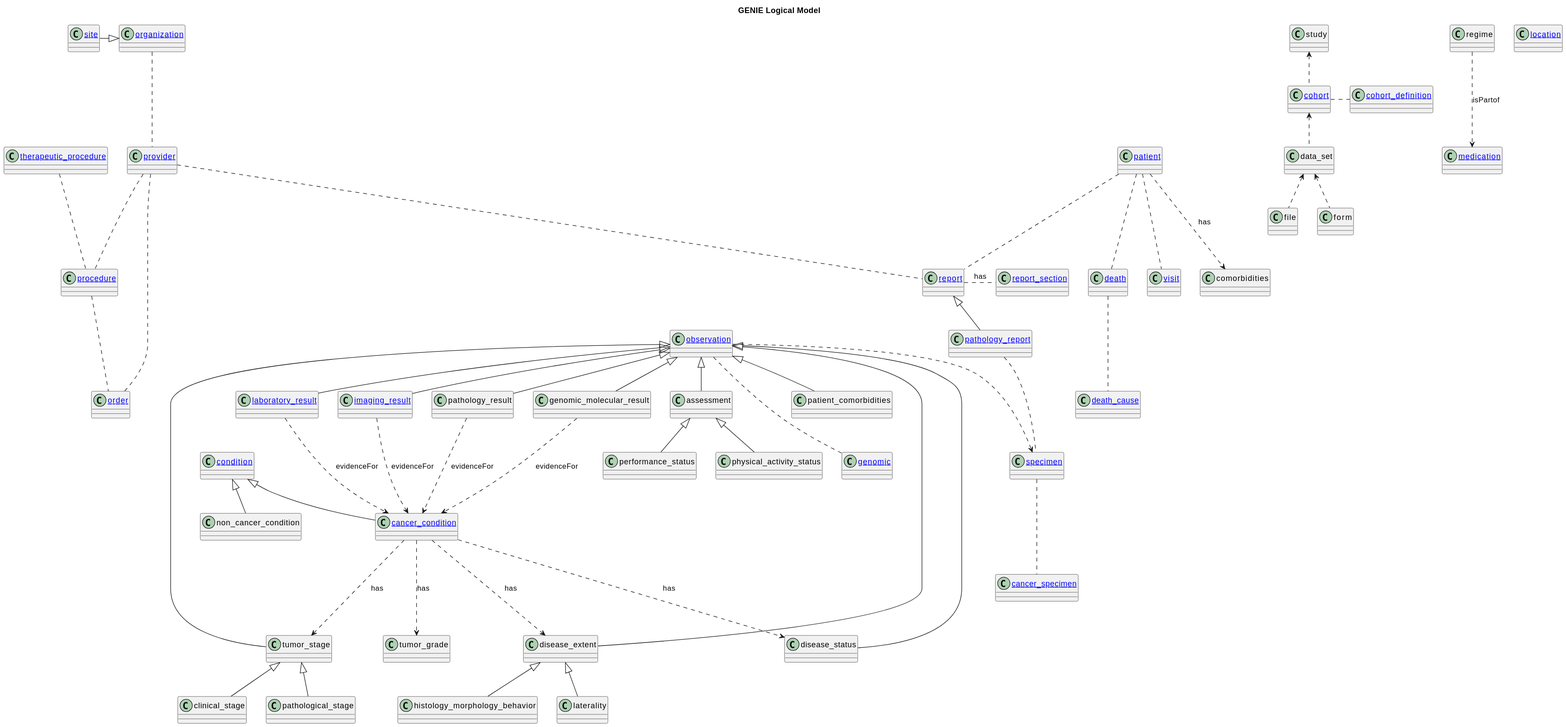
The PlantUML diagram diagram/index.svg in danieljfeller/GENIE-data-model, before a commit.
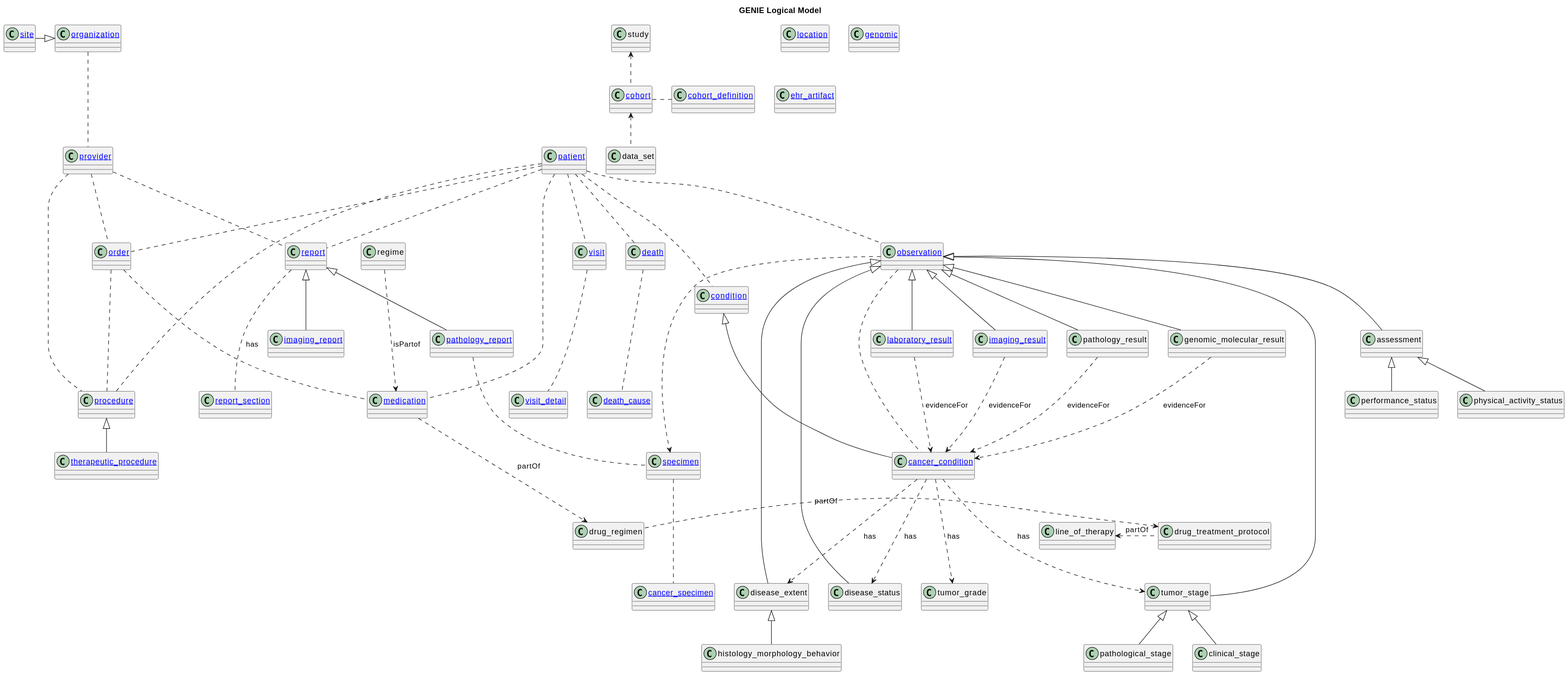
Later version of the same file.

The edit, as a diff of the source:
```diff
@@ -1,59 +1,57 @@
 @startuml
 title GENIE Logical Model
-class patient AS "[[patient.svg patient]]" {}
-
 class medication AS "[[medication.svg medication]]" {}
+class provider AS "[[provider.svg provider]]" {}
 class procedure AS "[[procedure.svg procedure]]" {}
 class therapeutic_procedure AS "[[therapeutic_procedure.svg therapeutic_procedure]]" {}
+class visit AS "[[visit.svg visit]]" {}
+class visit_detail AS "[[visit_detail.svg visit_detail]]" {}
 class observation AS "[[observation.svg observation]]" {}
 class laboratory_result AS "[[laboratory_result.svg laboratory_result]]" {}
 class specimen AS "[[specimen.svg specimen]]" {}
 class cancer_specimen AS "[[cancer_specimen.svg cancer_specimen]]" {}
+class report AS "[[report.svg report]]" {}
+class imaging_report AS "[[imaging_report.svg imaging_report]]" {}
 class pathology_report AS "[[pathology_report.svg pathology_report]]" {}
-class report AS "[[report.svg report]]" {}
 class report_section AS "[[report_section.svg report_section]]" {}
 class organization AS "[[organization.svg organization]]" {}
-class provider AS "[[provider.svg provider]]" {}
-
 class site AS "[[site.svg site]]" {}
 class location AS "[[location.svg location]]" {}
+class patient AS "[[patient.svg patient]]" {}
 class death AS "[[death.svg death]]" {}
 class death_cause AS "[[death_cause.svg death_cause]]" {}
 class order AS "[[order.svg order]]" {}
-
 class cohort_definition AS "[[cohort_definition.svg cohort_definition]]" {}
 class cohort AS "[[cohort.svg cohort]]" {}
 class condition AS "[[condition.svg condition]]" {}
 class cancer_condition AS "[[cancer_condition.svg cancer_condition]]" {}
 class imaging_result AS "[[imaging_result.svg imaging_result]]" {}
-class visit AS "[[visit.svg visit]]" {}
+class genomic AS "[[genomic.svg genomic]]" {}
+class ehr_artifact AS "[[ehr_artifact.svg ehr_artifact]]" {}
 
 
-class genomic AS "[[genomic.svg genomic]]" {}
+medication -.-> drug_regimen :partOf
+drug_regimen -left.-> drug_treatment_protocol :partOf
+drug_treatment_protocol -left.-> line_of_therapy :partOf
 
-patient -.-> comorbidities : has
+
 clinical_stage  -up-|> tumor_stage
 pathological_stage -up-|> tumor_stage
 performance_status -up-|> assessment
 physical_activity_status  -up-|> assessment
 histology_morphology_behavior -up-|> disease_extent
-laterality -up-|> disease_extent
 medication <-.up- regime : isPartof
 disease_extent -up-|> observation
 disease_status  -up-|> observation
 assessment -up-|> observation
 tumor_stage -up-|> observation
-patient_comorbidities  -up-|> observation
 cohort -up.> study
 data_set -up.> cohort
-file -up.> data_set
-form -up.> data_set
 laboratory_result -up-|> observation
 imaging_result -up-|> observation
 pathology_result -up-|> observation
 genomic_molecular_result -up-|> observation
 cancer_condition -up-|> condition
-non_cancer_condition -up-|> condition
 
 
 laboratory_result -.-> cancer_condition : evidenceFor
@@ -67,20 +65,28 @@
 cancer_condition -.down-> tumor_grade : has
 
 pathology_report -up-|> report
-report_section -.left- report :has
+imaging_report -up-|> report
+report_section -.up- report :has
 death -.- death_cause
 patient -.- death
 patient -.- visit
 provider -up.- organization
 site -|> organization
-therapeutic_procedure -.- procedure
 cohort_definition -.left- cohort
 cancer_specimen -up.- specimen
-order -up.- procedure
+order -down.- procedure
+order -down.- medication
 pathology_report -.- specimen
-observation -.- genomic
 patient -.- report
 provider -.- report
 provider -.- order
 provider -.- procedure
+patient -.- procedure
+patient -.- order
+patient -.- medication
+patient -.- observation
+patient -.- condition
+therapeutic_procedure -up-|> procedure
+visit_detail -up.- visit
+cancer_condition -up.- observation
 @enduml
```
